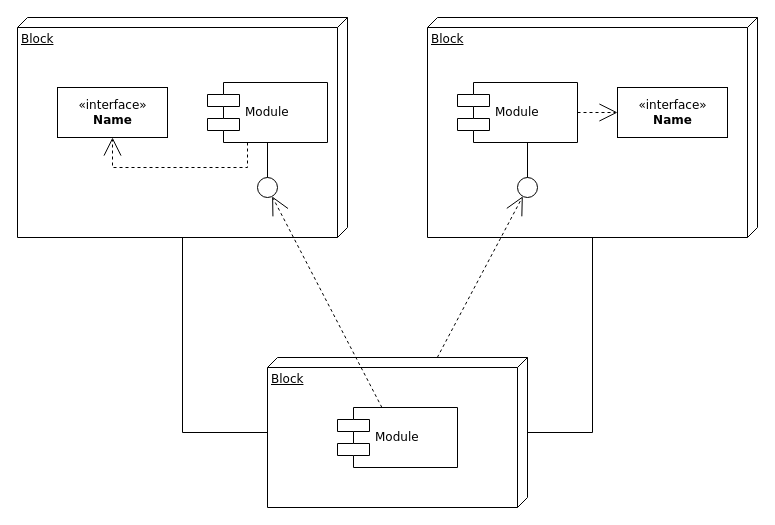
Earlier version of the draw.io diagram Untitled Diagram.drawio (Marcelle-Samir/IoT-MQTT). Source tidied: cells renumbered, new cells numbered last; positions are measured from the earlier drawing's top-left corner, leaving out a move shared by most shapes. Both pictures are drawn from the tidied source at 100%, with x=0, y=0 at pixel (17, 17).
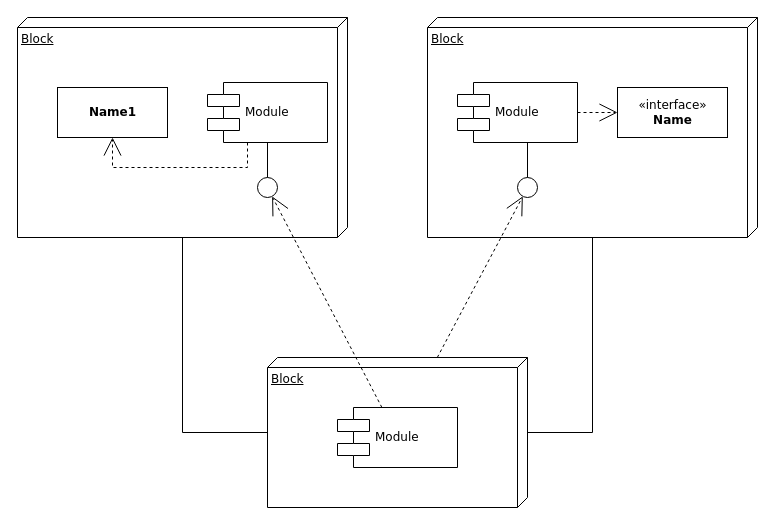
Above is the later version.

Change to the diagram source:
```diff
@@
-    <mxCell id="5" value="&amp;laquo;interface&amp;raquo;&lt;br&gt;&lt;b&gt;Name&lt;/b&gt;" style="html=1;rounded=0;shadow=0;comic=0;labelBackgroundColor=none;strokeWidth=1;fontFamily=Verdana;fontSize=12;align=center;" parent="1" vertex="1">
+    <mxCell id="5" value="&lt;b&gt;Name1&lt;/b&gt;" style="html=1;rounded=0;shadow=0;comic=0;labelBackgroundColor=none;strokeWidth=1;fontFamily=Verdana;fontSize=12;align=center;" parent="1" vertex="1">
       <mxGeometry x="40" y="70" width="110" height="50" as="geometry" />
     </mxCell>
```
